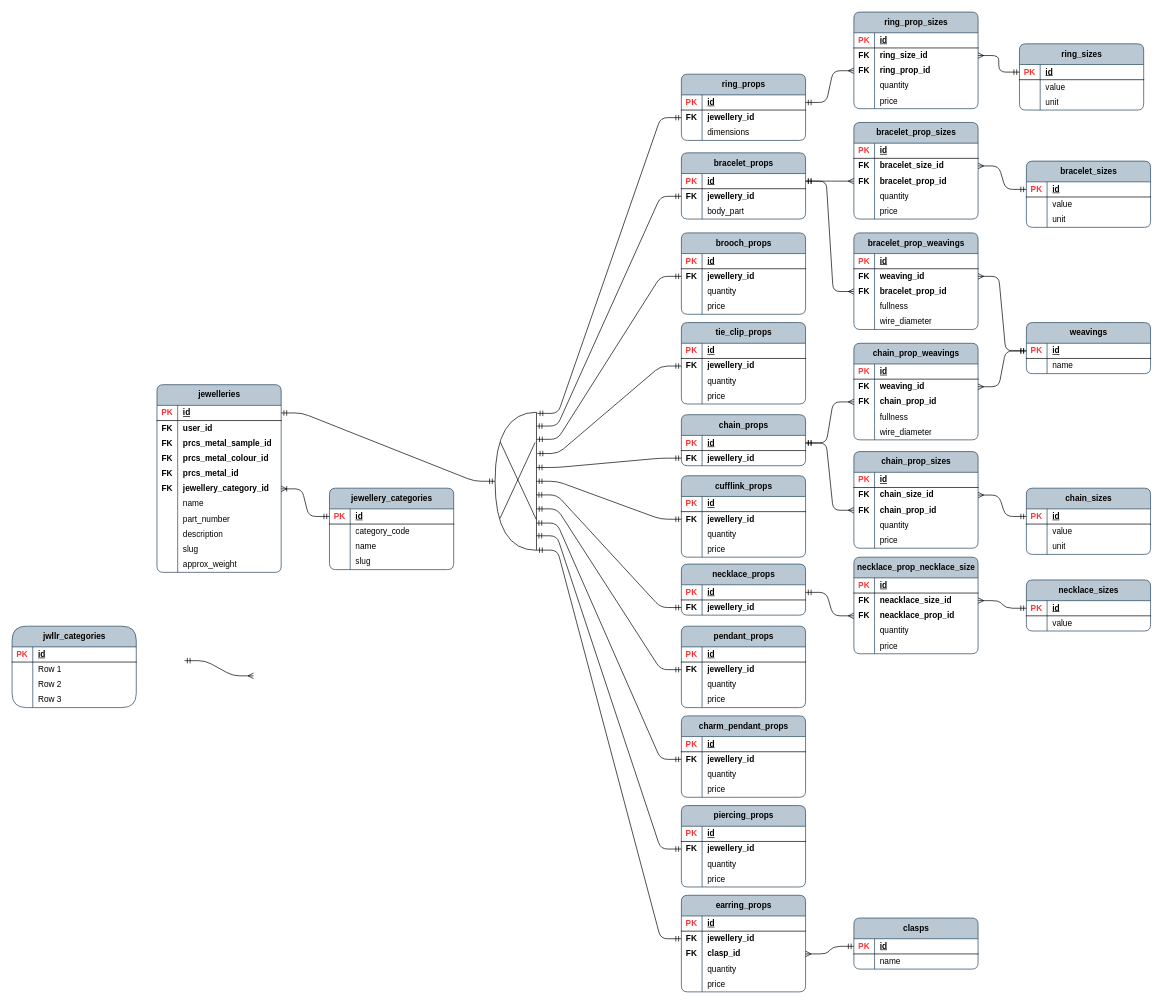
Before: page "categories" (6 of 7) of jewellery_items.drawio in acwstudio/app-ben-brumm, a draw.io diagram. Source tidied: cells renumbered, new cells numbered last; positions are measured from the earlier drawing's top-left corner, leaving out a move shared by most shapes. Both pictures are drawn from the tidied source at 69%, with x=0, y=0 at pixel (12, 12).
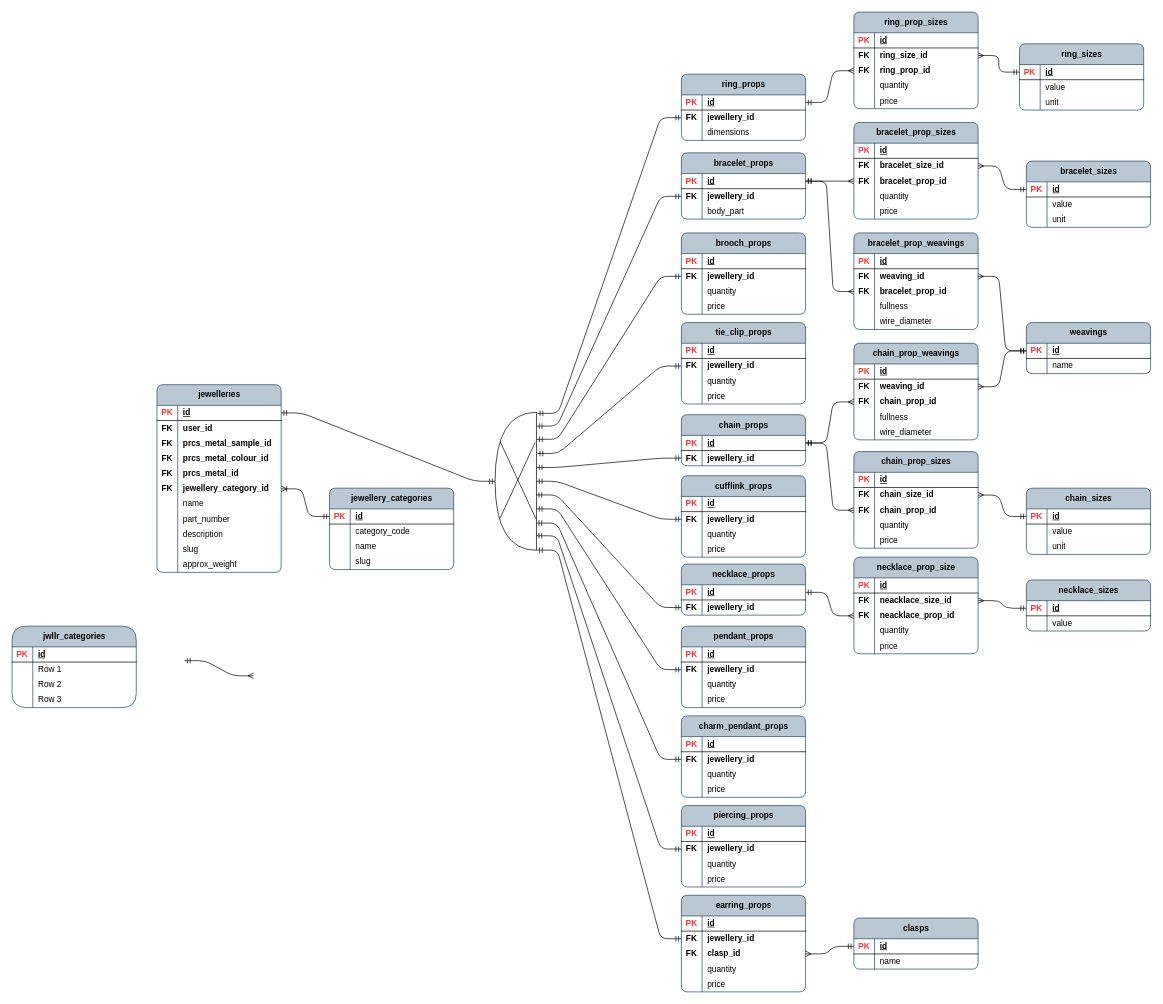
The same diagram, later.

Commit message (it also covers changes not shown here):
some refactoring Bracelet Prop View

Diff of the diagram source:
```diff
@@
-    <mxCell id="274" value="necklace_prop_necklace_size" style="shape=table;startSize=30;childLayout=tableLayout;rowLines=0;fontStyle=1;align=center;html=1;rounded=1;swimlaneFillColor=none;fillColor=#bac8d3;strokeColor=#23445d;columnLines=1;arcSize=10;" parent="1" vertex="1">
+    <mxCell id="274" value="necklace_prop_size" style="shape=table;startSize=30;childLayout=tableLayout;rowLines=0;fontStyle=1;align=center;html=1;rounded=1;swimlaneFillColor=none;fillColor=#bac8d3;strokeColor=#23445d;columnLines=1;arcSize=10;" parent="1" vertex="1">
       <mxGeometry x="1220" y="790" width="180" height="140" as="geometry" />
     </mxCell>
```
